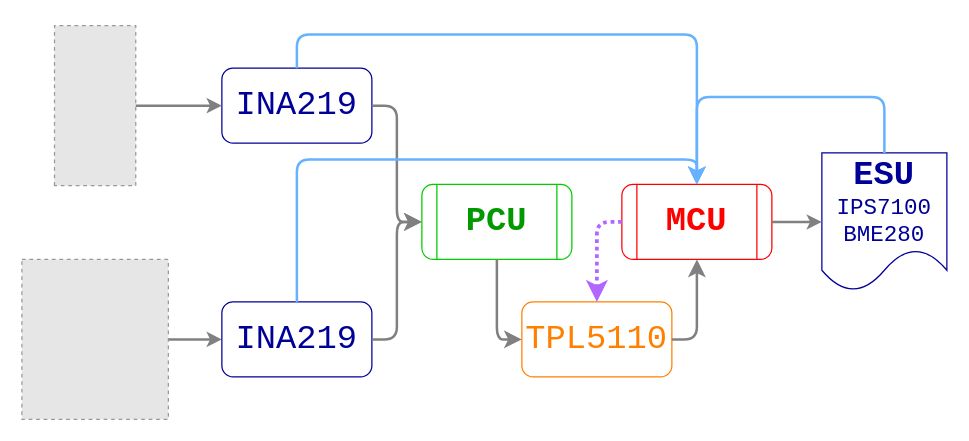
This is resources/LoRaWANNodeDesign.drawio from mi3nts/LoRaWANNodes, a draw.io file, before an edit. Source tidied: cells renumbered, new cells numbered last; positions are measured from the earlier drawing's top-left corner, leaving out a move shared by most shapes. Both pictures are drawn from the tidied source at 125%, with x=0, y=0 at pixel (15, 34). Pictures stored in the file or linked from it are replaced by grey dashed boxes.
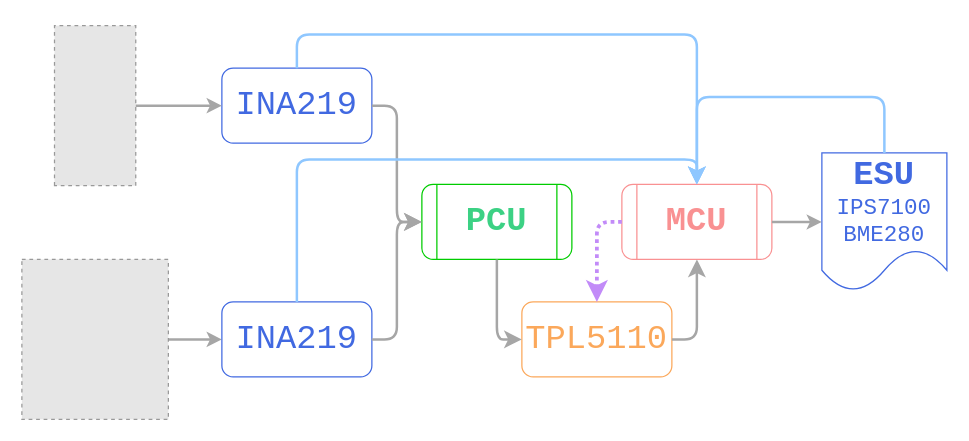
Above is the later version.

The change refers to these unchanged cells:
```xml
<mxCell id="8" style="fillColor=#E6E6E6;strokeColor=#999999;dashed=1;html=1;verticalAlign=top;verticalLabelPosition=bottom;labelBackgroundColor=#ffffff;" parent="1" vertex="1">
  <mxGeometry x="5" y="180" width="117.2" height="128" as="geometry" />
</mxCell>
<mxCell id="10" style="fillColor=#E6E6E6;strokeColor=#999999;dashed=1;html=1;verticalAlign=top;verticalLabelPosition=bottom;labelBackgroundColor=#ffffff;rotation=-90;" parent="1" vertex="1">
  <mxGeometry x="-0.4" y="24.5" width="128" height="65" as="geometry" />
</mxCell>
```

Change to the diagram source:
```diff
@@
-    <mxCell id="2" value="&lt;font color=&quot;#000099&quot; style=&quot;font-size: 27px;&quot;&gt;INA219&lt;/font&gt;" style="rounded=1;whiteSpace=wrap;html=1;fontFamily=Courier New;fontSize=27;strokeColor=#000099;fontColor=#3333FF;" parent="1" vertex="1">
+    <mxCell id="2" value="&lt;font color=&quot;#4169e1&quot; style=&quot;font-size: 27px;&quot;&gt;INA219&lt;/font&gt;" style="rounded=1;whiteSpace=wrap;html=1;fontFamily=Courier New;fontSize=27;strokeColor=#4169E1;fontColor=#3333FF;" parent="1" vertex="1">
       <mxGeometry x="165" y="27" width="120" height="60" as="geometry" />
     </mxCell>
-    <mxCell id="3" value="&lt;b style=&quot;font-size: 27px;&quot;&gt;&lt;font color=&quot;#009900&quot; style=&quot;font-size: 27px;&quot;&gt;PCU&lt;/font&gt;&lt;/b&gt;" style="shape=process;whiteSpace=wrap;html=1;backgroundOutline=1;rounded=1;fontFamily=Courier New;fontSize=27;strokeColor=#00CC00;" parent="1" vertex="1">
+    <mxCell id="3" value="&lt;b style=&quot;font-size: 27px;&quot;&gt;&lt;font color=&quot;#3cd184&quot; style=&quot;font-size: 27px;&quot;&gt;PCU&lt;/font&gt;&lt;/b&gt;" style="shape=process;whiteSpace=wrap;html=1;backgroundOutline=1;rounded=1;fontFamily=Courier New;fontSize=27;strokeColor=#00CC00;" parent="1" vertex="1">
       <mxGeometry x="325" y="120" width="120" height="60" as="geometry" />
     </mxCell>
-    <mxCell id="4" value="&lt;b style=&quot;font-size: 27px;&quot;&gt;&lt;font color=&quot;#ff0000&quot; style=&quot;font-size: 27px;&quot;&gt;MCU&lt;/font&gt;&lt;/b&gt;" style="shape=process;whiteSpace=wrap;html=1;backgroundOutline=1;rounded=1;fontFamily=Courier New;fontSize=27;strokeColor=#FF0000;" parent="1" vertex="1">
+    <mxCell id="4" value="&lt;b style=&quot;font-size: 27px;&quot;&gt;&lt;font color=&quot;#f99192&quot; style=&quot;font-size: 27px;&quot;&gt;MCU&lt;/font&gt;&lt;/b&gt;" style="shape=process;whiteSpace=wrap;html=1;backgroundOutline=1;rounded=1;fontFamily=Courier New;fontSize=27;strokeColor=#f99192;" parent="1" vertex="1">
       <mxGeometry x="485" y="120" width="120" height="60" as="geometry" />
     </mxCell>
-    <mxCell id="5" value="&lt;font color=&quot;#ff8000&quot; style=&quot;font-size: 27px;&quot;&gt;TPL5110&lt;/font&gt;" style="rounded=1;whiteSpace=wrap;html=1;fontFamily=Courier New;fontSize=27;strokeColor=#FF8000;" parent="1" vertex="1">
+    <mxCell id="5" value="&lt;font color=&quot;#fba85b&quot; style=&quot;font-size: 27px;&quot;&gt;TPL5110&lt;/font&gt;" style="rounded=1;whiteSpace=wrap;html=1;fontFamily=Courier New;fontSize=27;strokeColor=#FBA85B;" parent="1" vertex="1">
       <mxGeometry x="405" y="214" width="120" height="60" as="geometry" />
     </mxCell>
-    <mxCell id="6" value="&lt;b style=&quot;font-size: 27px;&quot;&gt;ESU&lt;/b&gt;&lt;div style=&quot;font-size: 18px;&quot;&gt;&lt;font style=&quot;font-size: 18px;&quot;&gt;IPS7100&lt;/font&gt;&lt;/div&gt;&lt;div style=&quot;font-size: 18px;&quot;&gt;&lt;font style=&quot;font-size: 18px;&quot;&gt;BME280&lt;/font&gt;&lt;/div&gt;" style="shape=document;whiteSpace=wrap;html=1;boundedLbl=1;fontFamily=Courier New;fontSize=27;fontColor=#000099;strokeColor=#000099;" parent="1" vertex="1">
+    <mxCell id="6" value="&lt;b style=&quot;font-size: 27px;&quot;&gt;&lt;font color=&quot;#4169e1&quot;&gt;ESU&lt;/font&gt;&lt;/b&gt;&lt;div style=&quot;font-size: 18px;&quot;&gt;&lt;font color=&quot;#4169e1&quot; style=&quot;font-size: 18px;&quot;&gt;IPS7100&lt;/font&gt;&lt;/div&gt;&lt;div style=&quot;font-size: 18px;&quot;&gt;&lt;font color=&quot;#4169e1&quot; style=&quot;font-size: 18px;&quot;&gt;BME280&lt;/font&gt;&lt;/div&gt;" style="shape=document;whiteSpace=wrap;html=1;boundedLbl=1;fontFamily=Courier New;fontSize=27;fontColor=#000099;strokeColor=#4169E1;" parent="1" vertex="1">
       <mxGeometry x="645" y="94.8" width="100" height="110.5" as="geometry" />
     </mxCell>
-    <mxCell id="7" style="edgeStyle=orthogonalEdgeStyle;rounded=0;jettySize=auto;html=1;fillColor=#f5f5f5;strokeColor=#808080;gradientColor=#b3b3b3;strokeWidth=2;" parent="1" edge="1" source="8" target="9">
+    <mxCell id="7" style="edgeStyle=orthogonalEdgeStyle;rounded=0;jettySize=auto;html=1;fillColor=#f5f5f5;strokeColor=#A6A6A6;gradientColor=#b3b3b3;strokeWidth=2;" parent="1" edge="1" source="8" target="9">
       <mxGeometry relative="1" as="geometry" />
     </mxCell>
@@
-    <mxCell id="9" value="&lt;span style=&quot;font-size: 27px;&quot;&gt;&lt;font color=&quot;#000099&quot; style=&quot;font-size: 27px;&quot;&gt;INA219&lt;/font&gt;&lt;/span&gt;" style="rounded=1;whiteSpace=wrap;html=1;fontFamily=Courier New;fontSize=27;strokeColor=#000099;fontColor=#3333FF;" parent="1" vertex="1">
+    <mxCell id="9" value="&lt;span style=&quot;font-size: 27px;&quot;&gt;&lt;font color=&quot;#4169e1&quot; style=&quot;font-size: 27px;&quot;&gt;INA219&lt;/font&gt;&lt;/span&gt;" style="rounded=1;whiteSpace=wrap;html=1;fontFamily=Courier New;fontSize=27;strokeColor=#4169E1;fontColor=#3333FF;" parent="1" vertex="1">
       <mxGeometry x="165" y="214" width="120" height="60" as="geometry" />
     </mxCell>
@@
-    <mxCell id="11" style="endArrow=classic;html=1;rounded=0;exitX=0.5;exitY=1;exitDx=0;exitDy=0;entryX=0;entryY=0.5;entryDx=0;entryDy=0;fillColor=#f5f5f5;strokeColor=#808080;gradientColor=#b3b3b3;strokeWidth=2;" parent="1" edge="1" source="10" target="2">
+    <mxCell id="11" style="endArrow=classic;html=1;rounded=0;exitX=0.5;exitY=1;exitDx=0;exitDy=0;entryX=0;entryY=0.5;entryDx=0;entryDy=0;fillColor=#f5f5f5;strokeColor=#A6A6A6;gradientColor=#b3b3b3;strokeWidth=2;" parent="1" edge="1" source="10" target="2">
       <mxGeometry relative="1" as="geometry" />
     </mxCell>
-    <mxCell id="12" style="edgeStyle=elbowEdgeStyle;elbow=horizontal;endArrow=classic;html=1;curved=0;rounded=1;endSize=8;startSize=8;exitX=1;exitY=0.5;exitDx=0;exitDy=0;flowAnimation=0;shadow=0;fillColor=#f5f5f5;gradientColor=#b3b3b3;strokeColor=#808080;fontSize=27;entryX=0;entryY=0.5;entryDx=0;entryDy=0;strokeWidth=2;" parent="1" edge="1" source="2" target="3">
+    <mxCell id="12" style="edgeStyle=elbowEdgeStyle;elbow=horizontal;endArrow=classic;html=1;curved=0;rounded=1;endSize=8;startSize=8;exitX=1;exitY=0.5;exitDx=0;exitDy=0;flowAnimation=0;shadow=0;fillColor=#f5f5f5;gradientColor=#b3b3b3;strokeColor=#A6A6A6;fontSize=27;entryX=0;entryY=0.5;entryDx=0;entryDy=0;strokeWidth=2;" parent="1" edge="1" source="2" target="3">
       <mxGeometry relative="1" as="geometry">
         <Array as="points">
           <mxPoint x="305" y="90" />
         </Array>
       </mxGeometry>
     </mxCell>
-    <mxCell id="13" style="edgeStyle=elbowEdgeStyle;elbow=vertical;endArrow=classic;html=1;curved=0;rounded=1;endSize=8;startSize=8;exitX=0.5;exitY=0;exitDx=0;exitDy=0;entryX=0.5;entryY=0;entryDx=0;entryDy=0;fillColor=#cce5ff;strokeColor=#66B2FF;strokeWidth=2;" parent="1" edge="1" source="9" target="4">
+    <mxCell id="13" style="edgeStyle=elbowEdgeStyle;elbow=vertical;endArrow=classic;html=1;curved=0;rounded=1;endSize=8;startSize=8;exitX=0.5;exitY=0;exitDx=0;exitDy=0;entryX=0.5;entryY=0;entryDx=0;entryDy=0;fillColor=#b1ddf0;strokeColor=#8FC7FF;strokeWidth=2;" parent="1" edge="1" source="9" target="4">
       <mxGeometry relative="1" as="geometry">
         <Array as="points">
           <mxPoint x="385" y="100" />
         </Array>
       </mxGeometry>
     </mxCell>
-    <mxCell id="14" style="edgeStyle=segmentEdgeStyle;endArrow=classic;html=1;curved=0;rounded=1;endSize=8;startSize=8;exitX=0.5;exitY=1;exitDx=0;exitDy=0;entryX=0;entryY=0.5;entryDx=0;entryDy=0;fillColor=#eeeeee;strokeColor=#808080;strokeWidth=2;" parent="1" edge="1" source="3" target="5">
+    <mxCell id="14" style="edgeStyle=segmentEdgeStyle;endArrow=classic;html=1;curved=0;rounded=1;endSize=8;startSize=8;exitX=0.5;exitY=1;exitDx=0;exitDy=0;entryX=0;entryY=0.5;entryDx=0;entryDy=0;fillColor=#eeeeee;strokeColor=#A6A6A6;strokeWidth=2;" parent="1" edge="1" source="3" target="5">
       <mxGeometry relative="1" as="geometry">
         <Array as="points">
           <mxPoint x="385" y="244" />
         </Array>
       </mxGeometry>
     </mxCell>
-    <mxCell id="15" style="edgeStyle=elbowEdgeStyle;elbow=horizontal;endArrow=classic;html=1;curved=0;rounded=1;endSize=8;startSize=8;exitX=0.5;exitY=0;exitDx=0;exitDy=0;entryX=0.5;entryY=0;entryDx=0;entryDy=0;fillColor=#cce5ff;strokeColor=#66B2FF;strokeWidth=2;" parent="1" edge="1" source="2" target="4">
+    <mxCell id="15" style="edgeStyle=elbowEdgeStyle;elbow=horizontal;endArrow=classic;html=1;curved=0;rounded=1;endSize=8;startSize=8;exitX=0.5;exitY=0;exitDx=0;exitDy=0;entryX=0.5;entryY=0;entryDx=0;entryDy=0;fillColor=#b1ddf0;strokeColor=#8FC7FF;strokeWidth=2;" parent="1" edge="1" source="2" target="4">
       <mxGeometry relative="1" as="geometry">
         <Array as="points">
           <mxPoint x="385" />
         </Array>
       </mxGeometry>
     </mxCell>
-    <mxCell id="16" style="edgeStyle=elbowEdgeStyle;elbow=horizontal;endArrow=classic;html=1;curved=0;rounded=1;endSize=8;startSize=8;exitX=1;exitY=0.5;exitDx=0;exitDy=0;flowAnimation=0;shadow=0;fillColor=#f5f5f5;gradientColor=#b3b3b3;strokeColor=#808080;fontSize=27;entryX=0;entryY=0.5;entryDx=0;entryDy=0;strokeWidth=2;" parent="1" edge="1" source="9" target="3">
+    <mxCell id="16" style="edgeStyle=elbowEdgeStyle;elbow=horizontal;endArrow=classic;html=1;curved=0;rounded=1;endSize=8;startSize=8;exitX=1;exitY=0.5;exitDx=0;exitDy=0;flowAnimation=0;shadow=0;fillColor=#f5f5f5;gradientColor=#b3b3b3;strokeColor=#A6A6A6;fontSize=27;entryX=0;entryY=0.5;entryDx=0;entryDy=0;strokeWidth=2;" parent="1" edge="1" source="9" target="3">
       <mxGeometry relative="1" as="geometry">
         <Array as="points">
           <mxPoint x="305" y="200" />
         </Array>
       </mxGeometry>
     </mxCell>
-    <mxCell id="17" style="endArrow=classic;html=1;rounded=0;exitX=1;exitY=0.5;exitDx=0;exitDy=0;entryX=0;entryY=0.5;entryDx=0;entryDy=0;strokeColor=#808080;strokeWidth=2;" parent="1" edge="1" source="4" target="6">
+    <mxCell id="17" style="endArrow=classic;html=1;rounded=0;exitX=1;exitY=0.5;exitDx=0;exitDy=0;entryX=0;entryY=0.5;entryDx=0;entryDy=0;strokeColor=#A6A6A6;strokeWidth=2;" parent="1" edge="1" source="4" target="6">
       <mxGeometry relative="1" as="geometry" />
     </mxCell>
-    <mxCell id="18" style="edgeStyle=segmentEdgeStyle;endArrow=classic;html=1;curved=0;rounded=1;endSize=8;startSize=8;exitX=0.5;exitY=0;exitDx=0;exitDy=0;fillColor=#cce5ff;strokeColor=#66B2FF;strokeWidth=2;" parent="1" edge="1" source="6">
+    <mxCell id="18" style="edgeStyle=segmentEdgeStyle;endArrow=classic;html=1;curved=0;rounded=1;endSize=8;startSize=8;exitX=0.5;exitY=0;exitDx=0;exitDy=0;fillColor=#b1ddf0;strokeColor=#8FC7FF;strokeWidth=2;" parent="1" edge="1" source="6">
       <mxGeometry relative="1" as="geometry">
         <mxPoint x="545" y="120" as="targetPoint" />
         <Array as="points">
           <mxPoint x="695" y="50" />
           <mxPoint x="545" y="50" />
         </Array>
       </mxGeometry>
     </mxCell>
-    <mxCell id="19" style="edgeStyle=segmentEdgeStyle;endArrow=classic;html=1;curved=0;rounded=1;endSize=8;startSize=8;exitX=1;exitY=0.5;exitDx=0;exitDy=0;entryX=0.5;entryY=1;entryDx=0;entryDy=0;fillColor=#eeeeee;strokeColor=#808080;strokeWidth=2;" parent="1" edge="1" source="5" target="4">
+    <mxCell id="19" style="edgeStyle=segmentEdgeStyle;endArrow=classic;html=1;curved=0;rounded=1;endSize=8;startSize=8;exitX=1;exitY=0.5;exitDx=0;exitDy=0;entryX=0.5;entryY=1;entryDx=0;entryDy=0;fillColor=#eeeeee;strokeColor=#A6A6A6;strokeWidth=2;" parent="1" edge="1" source="5" target="4">
       <mxGeometry relative="1" as="geometry" />
     </mxCell>
-    <mxCell id="20" style="edgeStyle=segmentEdgeStyle;endArrow=classic;html=1;curved=0;rounded=1;endSize=8;startSize=8;exitX=0;exitY=0.5;exitDx=0;exitDy=0;entryX=0.5;entryY=0;entryDx=0;entryDy=0;strokeColor=#B266FF;strokeWidth=3;dashed=1;dashPattern=1 1;" parent="1" edge="1" source="4" target="5">
+    <mxCell id="20" style="edgeStyle=segmentEdgeStyle;endArrow=classic;html=1;curved=0;rounded=1;endSize=8;startSize=8;exitX=0;exitY=0.5;exitDx=0;exitDy=0;entryX=0.5;entryY=0;entryDx=0;entryDy=0;strokeColor=#C28BF8;strokeWidth=3;dashed=1;dashPattern=1 1;" parent="1" edge="1" source="4" target="5">
       <mxGeometry relative="1" as="geometry" />
     </mxCell>
```
